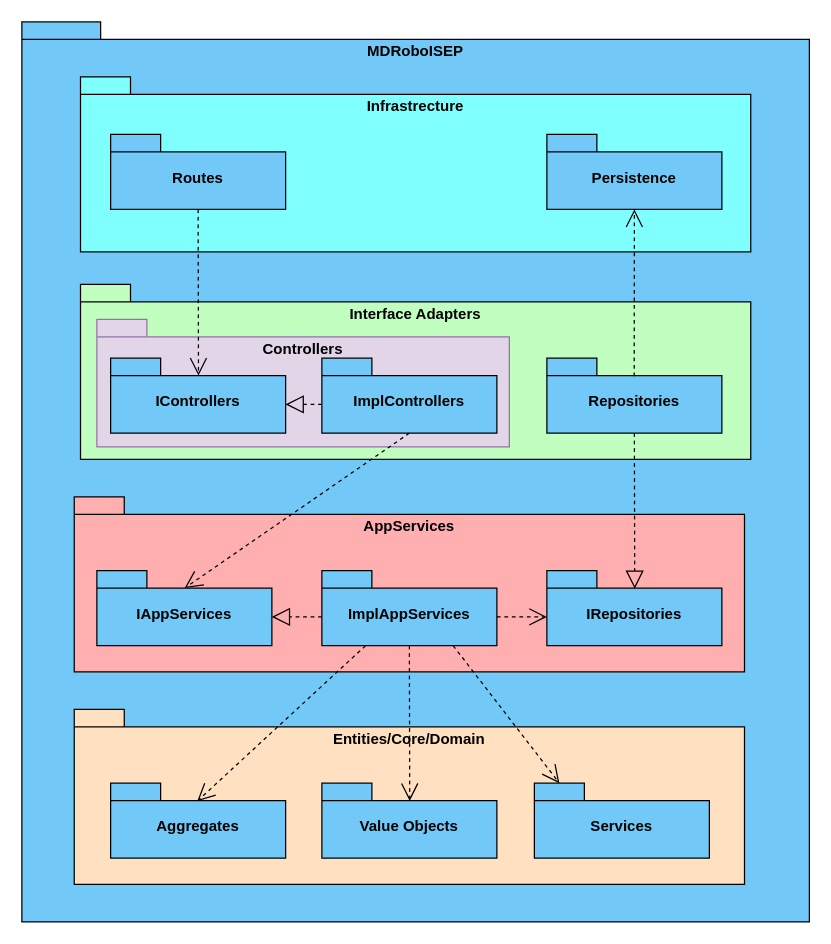
SEM5PI2324G58/sem5pi_g58_23_24 keeps this draw.io diagram as docs/N3/VI.drawio. Above is the earlier version. Source tidied: cells renumbered, new cells numbered last; positions are measured from the earlier drawing's top-left corner, leaving out a move shared by most shapes. Both pictures are drawn from the tidied source at 125%, with x=0, y=0 at pixel (21, 21).
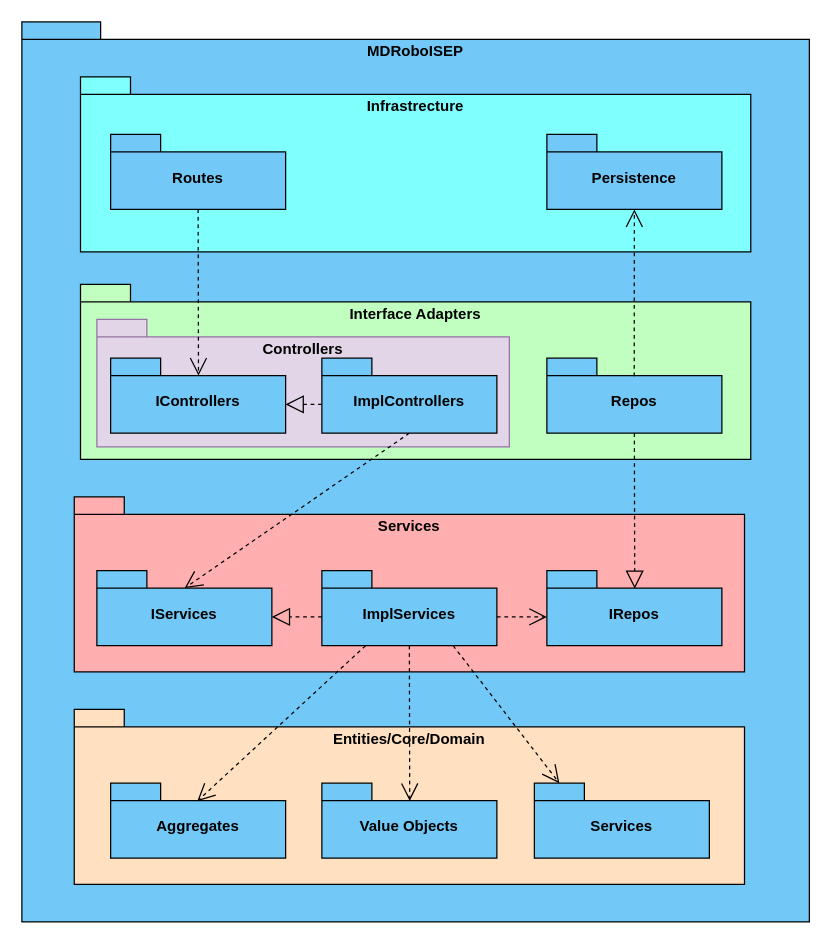
After the change.

Diff of the diagram source:
```diff
@@
-    <mxCell id="8" value="Repositories" style="shape=folder;fontStyle=1;spacingTop=10;tabWidth=40;tabHeight=14;tabPosition=left;html=1;whiteSpace=wrap;fillColor=#72C9F7;" parent="1" vertex="1">
+    <mxCell id="8" value="Repos" style="shape=folder;fontStyle=1;spacingTop=10;tabWidth=40;tabHeight=14;tabPosition=left;html=1;whiteSpace=wrap;fillColor=#72C9F7;" parent="1" vertex="1">
       <mxGeometry x="420" y="269" width="140" height="60" as="geometry" />
     </mxCell>
@@
-    <mxCell id="11" value="AppServices" style="shape=folder;fontStyle=1;spacingTop=10;tabWidth=40;tabHeight=14;tabPosition=left;html=1;whiteSpace=wrap;verticalAlign=top;fillColor=#ffafaf;" parent="1" vertex="1">
+    <mxCell id="11" value="Services" style="shape=folder;fontStyle=1;spacingTop=10;tabWidth=40;tabHeight=14;tabPosition=left;html=1;whiteSpace=wrap;verticalAlign=top;fillColor=#ffafaf;" parent="1" vertex="1">
       <mxGeometry x="41.9" y="380" width="536.2" height="140" as="geometry" />
     </mxCell>
-    <mxCell id="12" value="IRepositories" style="shape=folder;fontStyle=1;spacingTop=10;tabWidth=40;tabHeight=14;tabPosition=left;html=1;whiteSpace=wrap;fillColor=#72C9F7;" parent="1" vertex="1">
+    <mxCell id="12" value="IRepos" style="shape=folder;fontStyle=1;spacingTop=10;tabWidth=40;tabHeight=14;tabPosition=left;html=1;whiteSpace=wrap;fillColor=#72C9F7;" parent="1" vertex="1">
       <mxGeometry x="420" y="439" width="140" height="60" as="geometry" />
     </mxCell>
-    <mxCell id="13" value="IAppServices" style="shape=folder;fontStyle=1;spacingTop=10;tabWidth=40;tabHeight=14;tabPosition=left;html=1;whiteSpace=wrap;fillColor=#72C9F7;" parent="1" vertex="1">
+    <mxCell id="13" value="IServices" style="shape=folder;fontStyle=1;spacingTop=10;tabWidth=40;tabHeight=14;tabPosition=left;html=1;whiteSpace=wrap;fillColor=#72C9F7;" parent="1" vertex="1">
       <mxGeometry x="60" y="439" width="140" height="60" as="geometry" />
     </mxCell>
-    <mxCell id="14" value="ImplAppServices" style="shape=folder;fontStyle=1;spacingTop=10;tabWidth=40;tabHeight=14;tabPosition=left;html=1;whiteSpace=wrap;fillColor=#72C9F7;" parent="1" vertex="1">
+    <mxCell id="14" value="ImplServices" style="shape=folder;fontStyle=1;spacingTop=10;tabWidth=40;tabHeight=14;tabPosition=left;html=1;whiteSpace=wrap;fillColor=#72C9F7;" parent="1" vertex="1">
       <mxGeometry x="240" y="439" width="140" height="60" as="geometry" />
     </mxCell>
```
